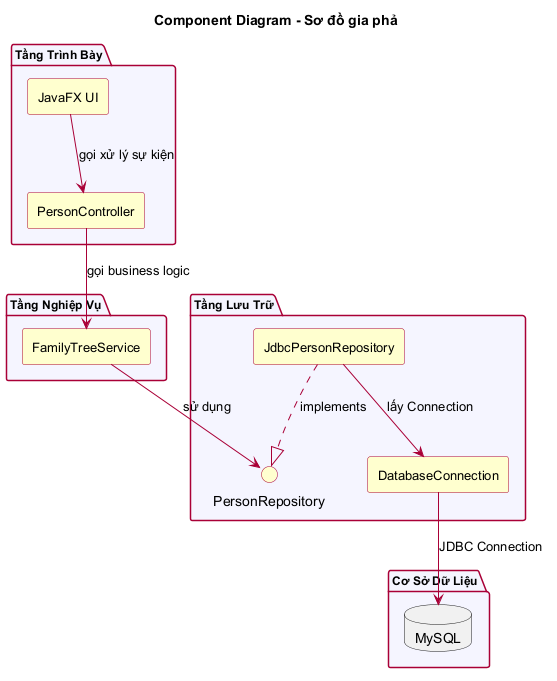
Above: docs/uml/component-diagram.png in minhchien170704/do-an-gia-pha (PlantUML), before the change.
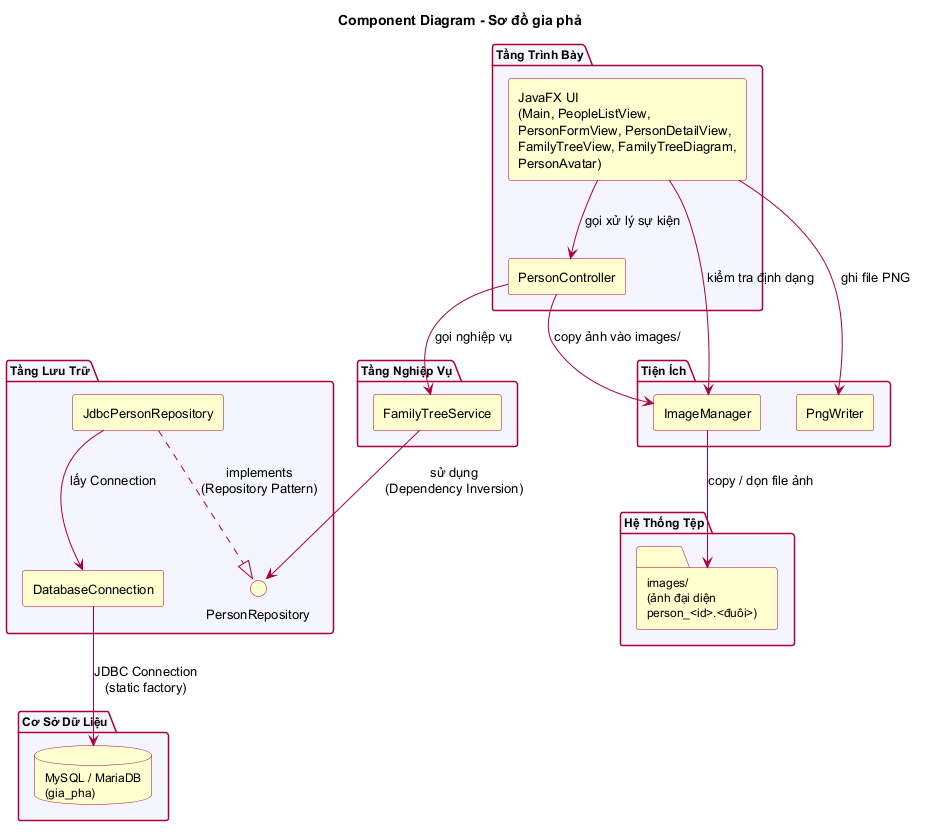
After the commit.

Change to the diagram source:
```diff
@@ -12,16 +12,27 @@
 skinparam interface {
     BackgroundColor #FEFECE
     BorderColor #A80036
+    FontSize 13
 }
 skinparam package {
     BackgroundColor #F5F5FF
     BorderColor #A80036
     FontSize 12
 }
+skinparam database {
+    BackgroundColor #FEFECE
+    BorderColor #A80036
+    FontSize 12
+}
+skinparam folder {
+    BackgroundColor #FEFECE
+    BorderColor #A80036
+    FontSize 12
+}
 skinparam ArrowColor #A80036
 
 package "Tầng Trình Bày" {
-    component "JavaFX UI" as UI
+    component "JavaFX UI\n(Main, PeopleListView,\nPersonFormView, PersonDetailView,\nFamilyTreeView, FamilyTreeDiagram,\nPersonAvatar)" as UI
     component "PersonController" as Controller
 }
 
@@ -35,20 +46,36 @@
     component "DatabaseConnection" as DBConn
 }
 
+package "Tiện Ích" {
+    component "ImageManager" as ImageMgr
+    component "PngWriter" as PngW
+}
+
 package "Cơ Sở Dữ Liệu" {
-    database "MySQL" as MySQL
+    database "MySQL / MariaDB\n(gia_pha)" as MySQL
+}
+
+package "Hệ Thống Tệp" {
+    folder "images/\n(ảnh đại diện\nperson_<id>.<đuôi>)" as ImagesDir
 }
 
 UI --> Controller : gọi xử lý sự kiện
 
-Controller --> Service : gọi business logic
+Controller --> Service : gọi nghiệp vụ
 
-Service --> RepoInterface : sử dụng
+Service --> RepoInterface : sử dụng\n(Dependency Inversion)
 
-JdbcRepo ..|> RepoInterface : implements
+JdbcRepo ..|> RepoInterface : implements\n(Repository Pattern)
 
 JdbcRepo --> DBConn : lấy Connection
 
-DBConn --> MySQL : JDBC Connection
+DBConn --> MySQL : JDBC Connection\n(static factory)
+
+Controller --> ImageMgr : copy ảnh vào images/
+UI --> ImageMgr : kiểm tra định dạng
+
+UI --> PngW : ghi file PNG
+
+ImageMgr --> ImagesDir : copy / dọn file ảnh
 
 @enduml
```
